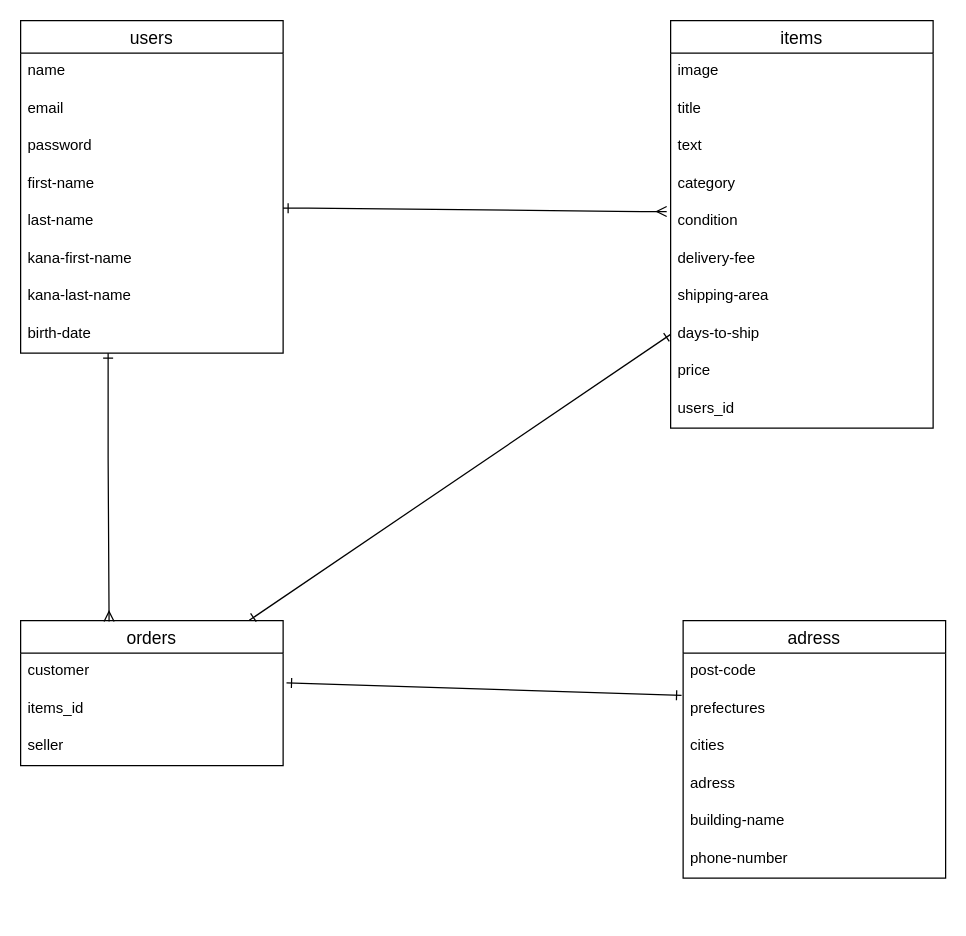
Aki0717/furima-33023 keeps this draw.io diagram as database.dio. Above is the earlier version. Source tidied: cells renumbered, new cells numbered last; positions are measured from the earlier drawing's top-left corner, leaving out a move shared by most shapes. Both pictures are drawn from the tidied source at 125%, with x=0, y=0 at pixel (20, 20).
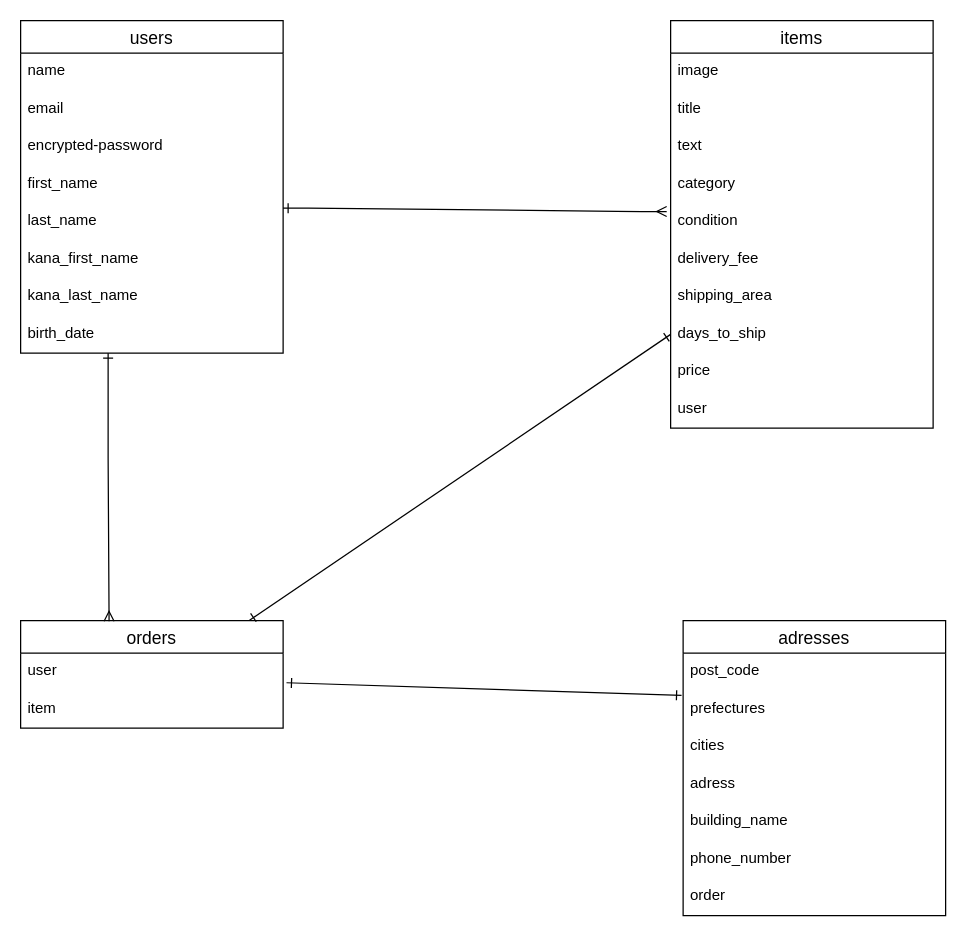
The same page after the edit.

Unchanged cells that the change refers to:
```xml
<mxCell id="2" value="users" style="swimlane;fontStyle=0;horizontal=1;startSize=26;align=center;fontSize=14;" parent="1" vertex="1">
  <mxGeometry width="210" height="266" as="geometry" />
</mxCell>
<mxCell id="13" value="prefectures" style="text;strokeColor=none;fillColor=none;spacingLeft=4;spacingRight=4;overflow=hidden;points=[[0,0.5],[1,0.5]];portConstraint=eastwest;fontSize=12;" parent="11" vertex="1">
  <mxGeometry y="56" width="210" height="30" as="geometry" />
</mxCell>
<mxCell id="22" value="items" style="swimlane;fontStyle=0;horizontal=1;startSize=26;align=center;fontSize=14;" parent="1" vertex="1">
  <mxGeometry x="520" width="210" height="326" as="geometry" />
</mxCell>
```

Diff of the diagram source:
```diff
@@
-    <mxCell id="5" value="password" style="text;strokeColor=none;fillColor=none;spacingLeft=4;spacingRight=4;overflow=hidden;fontSize=12;" parent="2" vertex="1">
+    <mxCell id="5" value="encrypted-password" style="text;strokeColor=none;fillColor=none;spacingLeft=4;spacingRight=4;overflow=hidden;fontSize=12;" parent="2" vertex="1">
       <mxGeometry y="86" width="210" height="30" as="geometry" />
     </mxCell>
-    <mxCell id="6" value="first-name" style="text;strokeColor=none;fillColor=none;spacingLeft=4;spacingRight=4;overflow=hidden;fontSize=12;" parent="2" vertex="1">
+    <mxCell id="6" value="first_name" style="text;strokeColor=none;fillColor=none;spacingLeft=4;spacingRight=4;overflow=hidden;fontSize=12;" parent="2" vertex="1">
       <mxGeometry y="116" width="210" height="30" as="geometry" />
     </mxCell>
-    <mxCell id="7" value="last-name" style="text;strokeColor=none;fillColor=none;spacingLeft=4;spacingRight=4;overflow=hidden;fontSize=12;" parent="2" vertex="1">
+    <mxCell id="7" value="last_name" style="text;strokeColor=none;fillColor=none;spacingLeft=4;spacingRight=4;overflow=hidden;fontSize=12;" parent="2" vertex="1">
       <mxGeometry y="146" width="210" height="30" as="geometry" />
     </mxCell>
-    <mxCell id="8" value="kana-first-name" style="text;strokeColor=none;fillColor=none;spacingLeft=4;spacingRight=4;overflow=hidden;fontSize=12;" parent="2" vertex="1">
+    <mxCell id="8" value="kana_first_name" style="text;strokeColor=none;fillColor=none;spacingLeft=4;spacingRight=4;overflow=hidden;fontSize=12;" parent="2" vertex="1">
       <mxGeometry y="176" width="210" height="30" as="geometry" />
     </mxCell>
-    <mxCell id="9" value="kana-last-name" style="text;strokeColor=none;fillColor=none;spacingLeft=4;spacingRight=4;overflow=hidden;fontSize=12;" parent="2" vertex="1">
+    <mxCell id="9" value="kana_last_name" style="text;strokeColor=none;fillColor=none;spacingLeft=4;spacingRight=4;overflow=hidden;fontSize=12;" parent="2" vertex="1">
       <mxGeometry y="206" width="210" height="30" as="geometry" />
     </mxCell>
-    <mxCell id="10" value="birth-date" style="text;strokeColor=none;fillColor=none;spacingLeft=4;spacingRight=4;overflow=hidden;fontSize=12;" parent="2" vertex="1">
+    <mxCell id="10" value="birth_date" style="text;strokeColor=none;fillColor=none;spacingLeft=4;spacingRight=4;overflow=hidden;fontSize=12;" parent="2" vertex="1">
       <mxGeometry y="236" width="210" height="30" as="geometry" />
     </mxCell>
-    <mxCell id="11" value="adress" style="swimlane;fontStyle=0;horizontal=1;startSize=26;align=center;fontSize=14;" parent="1" vertex="1">
-      <mxGeometry x="530" y="480" width="210" height="206" as="geometry" />
+    <mxCell id="11" value="adresses" style="swimlane;fontStyle=0;horizontal=1;startSize=26;align=center;fontSize=14;" parent="1" vertex="1">
+      <mxGeometry x="530" y="480" width="210" height="236" as="geometry" />
     </mxCell>
-    <mxCell id="12" value="post-code" style="text;strokeColor=none;fillColor=none;spacingLeft=4;spacingRight=4;overflow=hidden;fontSize=12;" parent="11" vertex="1">
+    <mxCell id="12" value="post_code" style="text;strokeColor=none;fillColor=none;spacingLeft=4;spacingRight=4;overflow=hidden;fontSize=12;" parent="11" vertex="1">
       <mxGeometry y="26" width="210" height="30" as="geometry" />
     </mxCell>
@@
-    <mxCell id="16" value="building-name" style="text;strokeColor=none;fillColor=none;spacingLeft=4;spacingRight=4;overflow=hidden;fontSize=12;" parent="11" vertex="1">
+    <mxCell id="16" value="building_name" style="text;strokeColor=none;fillColor=none;spacingLeft=4;spacingRight=4;overflow=hidden;fontSize=12;" parent="11" vertex="1">
       <mxGeometry y="146" width="210" height="30" as="geometry" />
     </mxCell>
-    <mxCell id="17" value="phone-number" style="text;strokeColor=none;fillColor=none;spacingLeft=4;spacingRight=4;overflow=hidden;fontSize=12;" parent="11" vertex="1">
+    <mxCell id="17" value="phone_number" style="text;strokeColor=none;fillColor=none;spacingLeft=4;spacingRight=4;overflow=hidden;fontSize=12;" parent="11" vertex="1">
       <mxGeometry y="176" width="210" height="30" as="geometry" />
     </mxCell>
+    <mxCell id="37" value="order" style="text;strokeColor=none;fillColor=none;spacingLeft=4;spacingRight=4;overflow=hidden;fontSize=12;" parent="11" vertex="1">
+      <mxGeometry y="206" width="210" height="30" as="geometry" />
+    </mxCell>
     <mxCell id="18" value="orders" style="swimlane;fontStyle=0;horizontal=1;startSize=26;align=center;fontSize=14;" parent="1" vertex="1">
-      <mxGeometry y="480" width="210" height="116" as="geometry" />
+      <mxGeometry y="480" width="210" height="86" as="geometry" />
     </mxCell>
-    <mxCell id="19" value="customer" style="text;strokeColor=none;fillColor=none;spacingLeft=4;spacingRight=4;overflow=hidden;points=[[0,0.5],[1,0.5]];portConstraint=eastwest;fontSize=12;" parent="18" vertex="1">
-      <mxGeometry y="26" width="210" height="30" as="geometry" />
-    </mxCell>
-    <mxCell id="20" value="items_id" style="text;strokeColor=none;fillColor=none;spacingLeft=4;spacingRight=4;overflow=hidden;fontSize=12;" parent="18" vertex="1">
-      <mxGeometry y="56" width="210" height="30" as="geometry" />
+    <mxCell id="20" value="user" style="text;strokeColor=none;fillColor=none;spacingLeft=4;spacingRight=4;overflow=hidden;fontSize=12;" parent="18" vertex="1">
+      <mxGeometry y="26" width="210" height="30" as="geometry" />
     </mxCell>
-    <mxCell id="21" value="seller" style="text;strokeColor=none;fillColor=none;spacingLeft=4;spacingRight=4;overflow=hidden;fontSize=12;" parent="18" vertex="1">
-      <mxGeometry y="86" width="210" height="30" as="geometry" />
+    <mxCell id="21" value="item" style="text;strokeColor=none;fillColor=none;spacingLeft=4;spacingRight=4;overflow=hidden;fontSize=12;" parent="18" vertex="1">
+      <mxGeometry y="56" width="210" height="30" as="geometry" />
     </mxCell>
@@
-    <mxCell id="28" value="delivery-fee" style="text;strokeColor=none;fillColor=none;spacingLeft=4;spacingRight=4;overflow=hidden;fontSize=12;" parent="22" vertex="1">
+    <mxCell id="28" value="delivery_fee" style="text;strokeColor=none;fillColor=none;spacingLeft=4;spacingRight=4;overflow=hidden;fontSize=12;" parent="22" vertex="1">
       <mxGeometry y="176" width="210" height="30" as="geometry" />
     </mxCell>
-    <mxCell id="29" value="shipping-area" style="text;strokeColor=none;fillColor=none;spacingLeft=4;spacingRight=4;overflow=hidden;fontSize=12;" parent="22" vertex="1">
+    <mxCell id="29" value="shipping_area" style="text;strokeColor=none;fillColor=none;spacingLeft=4;spacingRight=4;overflow=hidden;fontSize=12;" parent="22" vertex="1">
       <mxGeometry y="206" width="210" height="30" as="geometry" />
     </mxCell>
-    <mxCell id="30" value="days-to-ship" style="text;strokeColor=none;fillColor=none;spacingLeft=4;spacingRight=4;overflow=hidden;points=[[0,0.5],[1,0.5]];portConstraint=eastwest;fontSize=12;" parent="22" vertex="1">
+    <mxCell id="30" value="days_to_ship" style="text;strokeColor=none;fillColor=none;spacingLeft=4;spacingRight=4;overflow=hidden;points=[[0,0.5],[1,0.5]];portConstraint=eastwest;fontSize=12;" parent="22" vertex="1">
       <mxGeometry y="236" width="210" height="30" as="geometry" />
     </mxCell>
@@
-    <mxCell id="32" value="users_id" style="text;strokeColor=none;fillColor=none;spacingLeft=4;spacingRight=4;overflow=hidden;fontSize=12;" parent="22" vertex="1">
+    <mxCell id="32" value="user" style="text;strokeColor=none;fillColor=none;spacingLeft=4;spacingRight=4;overflow=hidden;fontSize=12;" parent="22" vertex="1">
       <mxGeometry y="296" width="210" height="30" as="geometry" />
     </mxCell>
@@
-    <mxCell id="36" style="endArrow=ERone;html=1;rounded=0;startArrow=ERone;startFill=0;endFill=0;entryX=1.013;entryY=0.791;entryDx=0;entryDy=0;entryPerimeter=0;exitX=-0.006;exitY=0.125;exitDx=0;exitDy=0;exitPerimeter=0;" parent="1" edge="1" source="13" target="19">
-      <mxGeometry relative="1" as="geometry" />
+    <mxCell id="36" style="endArrow=ERone;html=1;rounded=0;startArrow=ERone;startFill=0;endFill=0;entryX=1.013;entryY=0.791;entryDx=0;entryDy=0;entryPerimeter=0;exitX=-0.006;exitY=0.125;exitDx=0;exitDy=0;exitPerimeter=0;" parent="1" edge="1" source="13">
+      <mxGeometry relative="1" as="geometry">
+        <mxPoint x="212.7" y="529.7" as="targetPoint" />
+      </mxGeometry>
     </mxCell>
```
